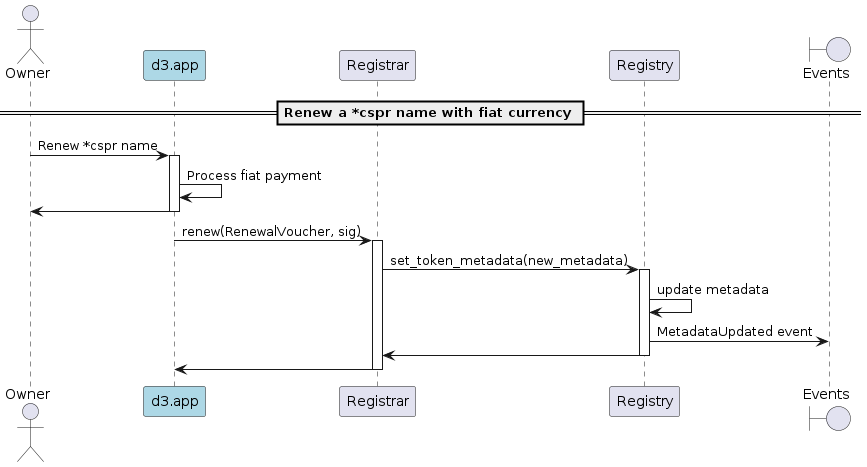
make-software/cspr-name-contracts keeps this PlantUML diagram as docs/sequence-diagrams/puml/offchain-renewal.png. Above is the earlier version.
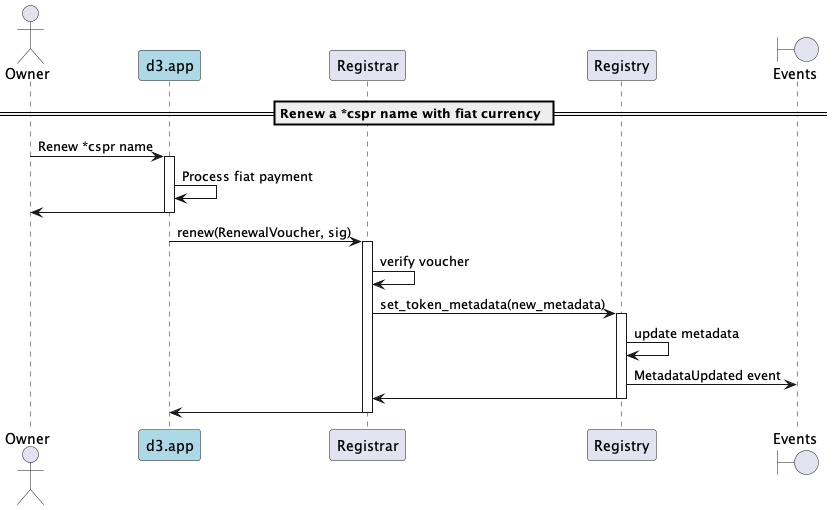
The same file after the commit.

Commit message:
added voucher verification on renewals added flows for multiple names purchases in same transaction.

Change to the diagram source:
```diff
@@ -16,6 +16,7 @@
 
 d3 -> Registrar: renew(RenewalVoucher, sig)
 activate Registrar
+Registrar -> Registrar: verify voucher
 Registrar -> Registry: set_token_metadata(new_metadata)
 activate Registry
 Registry -> Registry: update metadata
```
